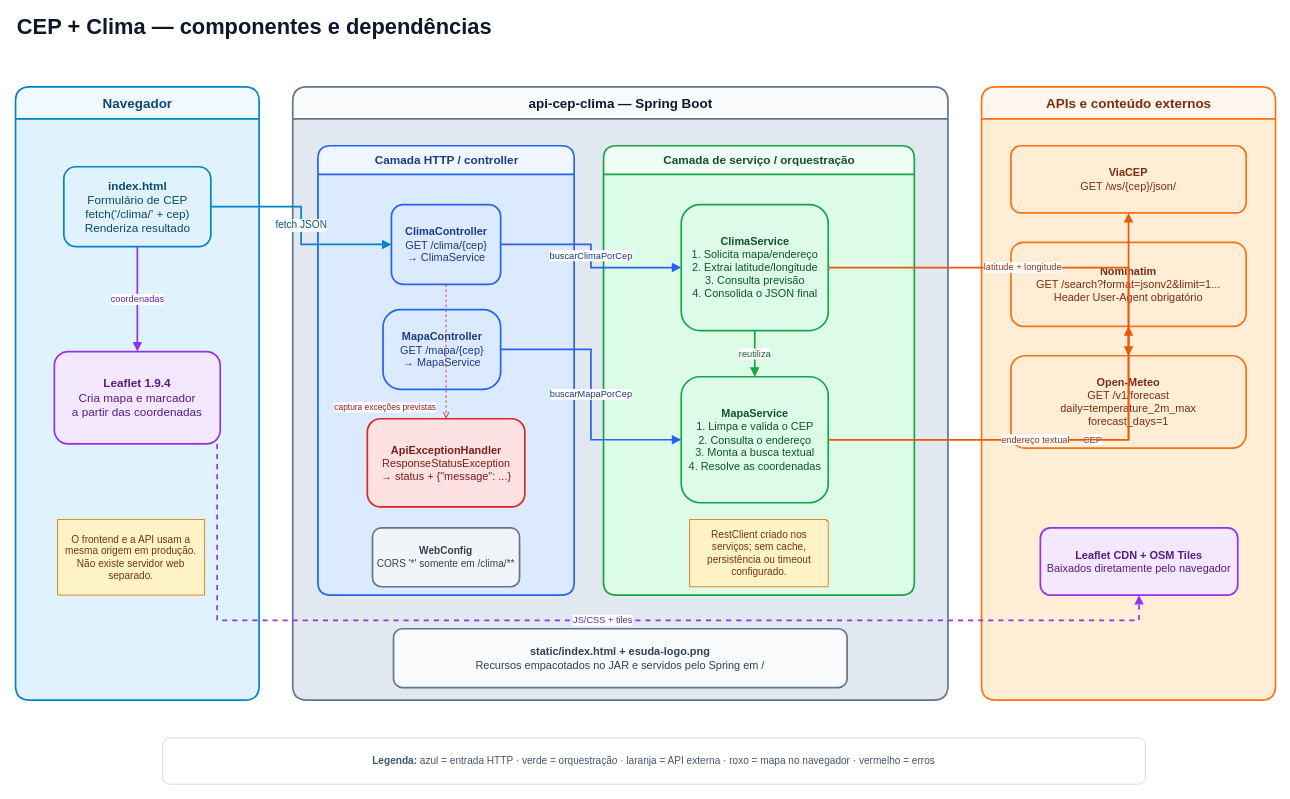
Earlier version of the draw.io diagram page "02 - Componentes CEP Clima" (2 of 4) of docs/Felipe.drawio (arcorreiaa/esudaPosEs). Source tidied: cells renumbered, new cells numbered last; positions are measured from the earlier drawing's top-left corner, leaving out a move shared by most shapes. Both pictures are drawn from the tidied source at 84%, with x=0, y=0 at pixel (15, 15).
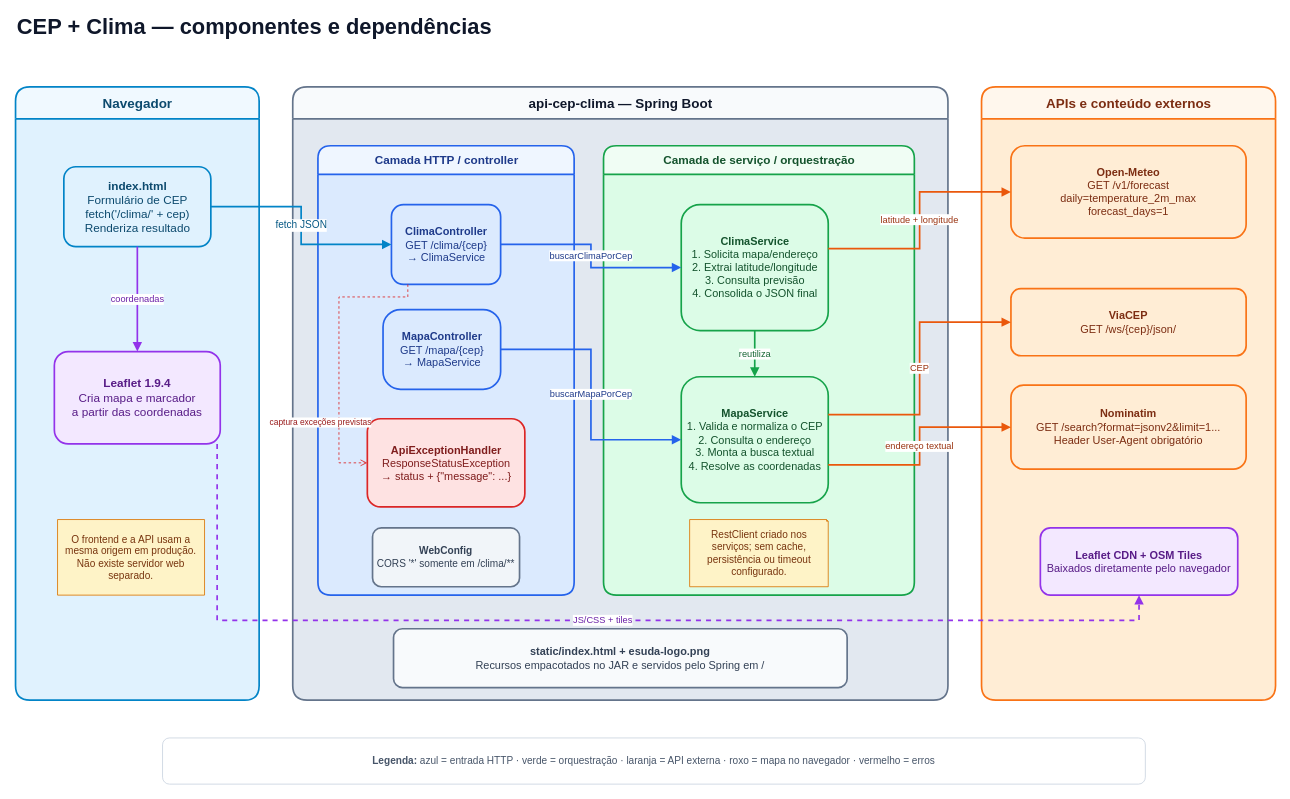
The same page after the edit.

Unchanged cells that the change refers to:
```xml
<mxCell id="9" value="&lt;b&gt;ClimaController&lt;/b&gt;&lt;br&gt;GET /clima/{cep}&lt;br&gt;→ ClimaService" style="rounded=1;whiteSpace=wrap;html=1;fillColor=#DBEAFE;strokeColor=#2563EB;fontColor=#1E3A8A;fontSize=13;strokeWidth=2;" parent="8" vertex="1">
  <mxGeometry x="87.5" y="70" width="130" height="95" as="geometry" />
</mxCell>
<mxCell id="11" value="&lt;b&gt;ApiExceptionHandler&lt;/b&gt;&lt;br&gt;ResponseStatusException&lt;br&gt;→ status + {&quot;message&quot;: ...}" style="rounded=1;whiteSpace=wrap;html=1;fillColor=#FEE2E2;strokeColor=#DC2626;fontColor=#7F1D1D;fontSize=13;strokeWidth=2;" parent="8" vertex="1">
  <mxGeometry x="58.8" y="325" width="187.5" height="105" as="geometry" />
</mxCell>
<mxCell id="13" value="&lt;b&gt;Camada de serviço / orquestração&lt;/b&gt;" style="swimlane;html=1;rounded=1;startSize=34;horizontal=1;fillColor=#F0FDF4;swimlaneFillColor=#DCFCE7;strokeColor=#16A34A;fontColor=#14532D;fontSize=14;fontStyle=1;strokeWidth=2;" parent="7" vertex="1">
  <mxGeometry x="370" y="70" width="370" height="535" as="geometry" />
</mxCell>
<mxCell id="14" value="&lt;b&gt;ClimaService&lt;/b&gt;&lt;br&gt;1. Solicita mapa/endereço&lt;br&gt;2. Extrai latitude/longitude&lt;br&gt;3. Consulta previsão&lt;br&gt;4. Consolida o JSON final" style="rounded=1;whiteSpace=wrap;html=1;fillColor=#DCFCE7;strokeColor=#16A34A;fontColor=#14532D;fontSize=13;strokeWidth=2;" parent="13" vertex="1">
  <mxGeometry x="92.5" y="70" width="175" height="150" as="geometry" />
</mxCell>
<mxCell id="18" value="&lt;b&gt;APIs e conteúdo externos&lt;/b&gt;" style="swimlane;html=1;rounded=1;startSize=38;horizontal=1;fillColor=#FFF7ED;swimlaneFillColor=#FFEDD5;strokeColor=#F97316;fontColor=#7C2D12;fontSize=16;fontStyle=1;strokeWidth=2;" parent="1" vertex="1">
  <mxGeometry x="1150" y="85" width="350" height="730" as="geometry" />
</mxCell>
```

Diff of the diagram source:
```diff
@@
-    <mxCell id="15" value="&lt;b&gt;MapaService&lt;/b&gt;&lt;br&gt;1. Limpa e valida o CEP&lt;br&gt;2. Consulta o endereço&lt;br&gt;3. Monta a busca textual&lt;br&gt;4. Resolve as coordenadas" style="rounded=1;whiteSpace=wrap;html=1;fillColor=#DCFCE7;strokeColor=#16A34A;fontColor=#14532D;fontSize=13;strokeWidth=2;" parent="13" vertex="1">
+    <mxCell id="15" value="&lt;b&gt;MapaService&lt;/b&gt;&lt;br&gt;1. Valida e normaliza o CEP&lt;br&gt;2. Consulta o endereço&lt;br&gt;3. Monta a busca textual&lt;br&gt;4. Resolve as coordenadas" style="rounded=1;whiteSpace=wrap;html=1;fillColor=#DCFCE7;strokeColor=#16A34A;fontColor=#14532D;fontSize=13;strokeWidth=2;" parent="13" vertex="1">
       <mxGeometry x="92.5" y="275" width="175" height="150" as="geometry" />
     </mxCell>
@@
     <mxCell id="19" value="&lt;b&gt;ViaCEP&lt;/b&gt;&lt;br&gt;GET /ws/{cep}/json/" style="rounded=1;whiteSpace=wrap;html=1;fillColor=#FFEDD5;strokeColor=#F97316;fontColor=#7C2D12;fontSize=13;strokeWidth=2;" parent="18" vertex="1">
-      <mxGeometry x="35" y="70" width="280" height="80" as="geometry" />
+      <mxGeometry x="35" y="240" width="280" height="80" as="geometry" />
     </mxCell>
     <mxCell id="20" value="&lt;b&gt;Nominatim&lt;/b&gt;&lt;br&gt;GET /search?format=jsonv2&amp;amp;limit=1...&lt;br&gt;Header User-Agent obrigatório" style="rounded=1;whiteSpace=wrap;html=1;fillColor=#FFEDD5;strokeColor=#F97316;fontColor=#7C2D12;fontSize=13;strokeWidth=2;" parent="18" vertex="1">
-      <mxGeometry x="35" y="185" width="280" height="100" as="geometry" />
+      <mxGeometry x="35" y="355" width="280" height="100" as="geometry" />
     </mxCell>
     <mxCell id="21" value="&lt;b&gt;Open-Meteo&lt;/b&gt;&lt;br&gt;GET /v1/forecast&lt;br&gt;daily=temperature_2m_max&lt;br&gt;forecast_days=1" style="rounded=1;whiteSpace=wrap;html=1;fillColor=#FFEDD5;strokeColor=#F97316;fontColor=#7C2D12;fontSize=13;strokeWidth=2;" parent="18" vertex="1">
-      <mxGeometry x="35" y="320" width="280" height="110" as="geometry" />
+      <mxGeometry x="35" y="70" width="280" height="110" as="geometry" />
     </mxCell>
@@
-    <mxCell id="27" value="CEP" style="edgeStyle=orthogonalEdgeStyle;rounded=0;jettySize=auto;html=1;endArrow=block;endFill=1;strokeColor=#EA580C;fontColor=#9A3412;fontSize=11;strokeWidth=2;" parent="1" edge="1" source="15" target="19">
+    <mxCell id="27" value="CEP" style="edgeStyle=orthogonalEdgeStyle;rounded=0;jettySize=auto;html=1;endArrow=block;endFill=1;strokeColor=#EA580C;fontColor=#9A3412;fontSize=11;strokeWidth=2;exitX=1;exitY=0.3;exitDx=0;exitDy=0;entryX=0;entryY=0.5;entryDx=0;entryDy=0;" parent="1" edge="1" source="15" target="19">
       <mxGeometry relative="1" as="geometry" />
     </mxCell>
-    <mxCell id="28" value="endereço textual" style="edgeStyle=orthogonalEdgeStyle;rounded=0;jettySize=auto;html=1;endArrow=block;endFill=1;strokeColor=#EA580C;fontColor=#9A3412;fontSize=11;strokeWidth=2;" parent="1" edge="1" source="15" target="20">
+    <mxCell id="28" value="endereço textual" style="edgeStyle=orthogonalEdgeStyle;rounded=0;jettySize=auto;html=1;endArrow=block;endFill=1;strokeColor=#EA580C;fontColor=#9A3412;fontSize=11;strokeWidth=2;exitX=1;exitY=0.7;exitDx=0;exitDy=0;entryX=0;entryY=0.5;entryDx=0;entryDy=0;" parent="1" edge="1" source="15" target="20">
       <mxGeometry relative="1" as="geometry" />
     </mxCell>
-    <mxCell id="29" value="latitude + longitude" style="edgeStyle=orthogonalEdgeStyle;rounded=0;jettySize=auto;html=1;endArrow=block;endFill=1;strokeColor=#EA580C;fontColor=#9A3412;fontSize=11;strokeWidth=2;" parent="1" edge="1" source="14" target="21">
+    <mxCell id="29" value="latitude + longitude" style="edgeStyle=orthogonalEdgeStyle;rounded=0;jettySize=auto;html=1;endArrow=block;endFill=1;strokeColor=#EA580C;fontColor=#9A3412;fontSize=11;strokeWidth=2;exitX=1;exitY=0.35;exitDx=0;exitDy=0;entryX=0;entryY=0.5;entryDx=0;entryDy=0;" parent="1" edge="1" source="14" target="21">
       <mxGeometry relative="1" as="geometry" />
     </mxCell>
@@
-    <mxCell id="32" value="captura exceções previstas" style="edgeStyle=orthogonalEdgeStyle;rounded=0;jettySize=auto;html=1;endArrow=open;endFill=0;dashed=1;strokeColor=#DC2626;fontColor=#991B1B;fontSize=10;" parent="1" edge="1" source="9" target="11">
-      <mxGeometry x="0.82" y="-72" relative="1" as="geometry">
-        <mxPoint x="-1" as="offset" />
+    <mxCell id="32" value="captura exceções previstas" style="edgeStyle=orthogonalEdgeStyle;rounded=0;jettySize=auto;html=1;endArrow=open;endFill=0;dashed=1;strokeColor=#DC2626;fontColor=#991B1B;fontSize=10;exitX=0.15;exitY=1;exitDx=0;exitDy=0;entryX=0;entryY=0.5;entryDx=0;entryDy=0;" parent="1" edge="1" source="9" target="11">
+      <mxGeometry x="0.5" y="-14" relative="1" as="geometry">
+        <Array as="points">
+          <mxPoint x="467" y="335" />
+          <mxPoint x="385" y="335" />
+          <mxPoint x="385" y="532.5" />
+        </Array>
+        <mxPoint x="-8" as="offset" />
       </mxGeometry>
     </mxCell>
```
